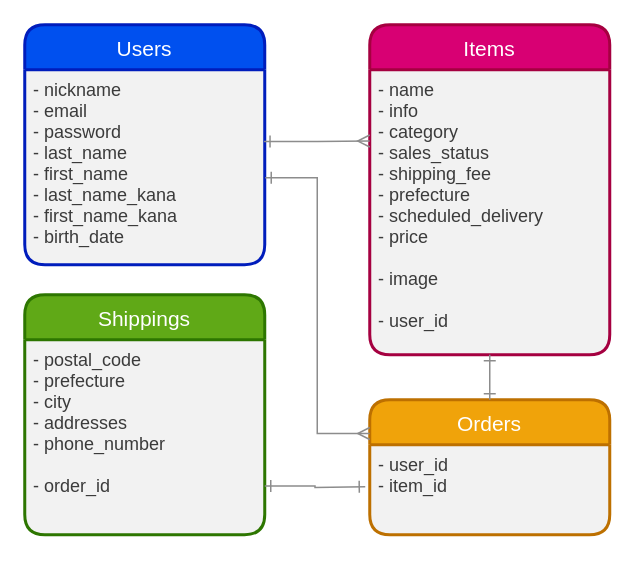
The draw.io diagram furima.dio in turtlekazu/furima-34437, before the edit. Source tidied: cells renumbered, new cells numbered last; positions are measured from the earlier drawing's top-left corner, leaving out a move shared by most shapes. Both pictures are drawn from the tidied source at 150%, with x=0, y=0 at pixel (24, 24).
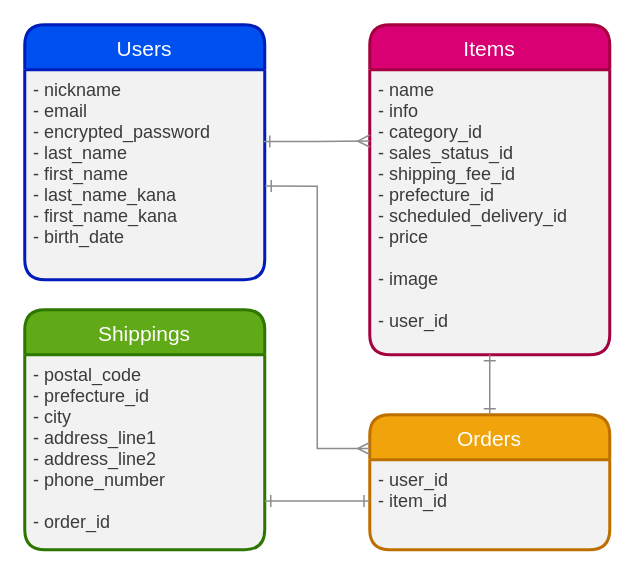
After the change.

Commit message:
Update ER diagram (change columns name)

What changed in the source:
```diff
@@
 <mxGraphModel>
   <root>
     <mxCell id="0" />
     <mxCell id="1" parent="0" />
     <mxCell id="2" value="Users" style="swimlane;horizontal=1;startSize=30;rounded=1;fontSize=14;fontStyle=0;strokeWidth=2;shadow=0;dashed=0;align=center;fillColor=#0050ef;strokeColor=#001DBC;fontColor=#ffffff;swimlaneFillColor=#F2F2F2;" parent="1" vertex="1">
-      <mxGeometry width="160" height="160" as="geometry" />
+      <mxGeometry width="160" height="170" as="geometry" />
     </mxCell>
-    <mxCell id="3" value="- nickname&#10;- email&#10;- password&#10;- last_name&#10;- first_name&#10;- last_name_kana&#10;- first_name_kana&#10;- birth_date" style="align=left;strokeColor=none;fillColor=none;spacingLeft=4;fontSize=12;verticalAlign=top;fontColor=#3B3B3B;" parent="2" vertex="1">
-      <mxGeometry y="30" width="160" height="130" as="geometry" />
+    <mxCell id="3" value="- nickname&#10;- email&#10;- encrypted_password&#10;- last_name&#10;- first_name&#10;- last_name_kana&#10;- first_name_kana&#10;- birth_date" style="align=left;strokeColor=none;fillColor=none;spacingLeft=4;fontSize=12;verticalAlign=top;fontColor=#3B3B3B;" parent="2" vertex="1">
+      <mxGeometry y="30" width="160" height="140" as="geometry" />
     </mxCell>
     <mxCell id="4" value="Items" style="swimlane;horizontal=1;startSize=30;rounded=1;fontSize=14;fontStyle=0;strokeWidth=2;shadow=0;dashed=0;align=center;fillColor=#d80073;strokeColor=#A50040;fontColor=#ffffff;swimlaneFillColor=#F2F2F2;" parent="1" vertex="1">
       <mxGeometry x="230" width="160" height="220" as="geometry" />
     </mxCell>
-    <mxCell id="5" value="- name&#10;- info&#10;- category&#10;- sales_status&#10;- shipping_fee&#10;- prefecture&#10;- scheduled_delivery&#10;- price&#10;&#10;- image&#10;&#10;- user_id" style="align=left;strokeColor=none;fillColor=none;spacingLeft=4;fontSize=12;verticalAlign=top;fontColor=#3B3B3B;" parent="4" vertex="1">
+    <mxCell id="5" value="- name&#10;- info&#10;- category_id&#10;- sales_status_id&#10;- shipping_fee_id&#10;- prefecture_id&#10;- scheduled_delivery_id&#10;- price&#10;&#10;- image&#10;&#10;- user_id" style="align=left;strokeColor=none;fillColor=none;spacingLeft=4;fontSize=12;verticalAlign=top;fontColor=#3B3B3B;" parent="4" vertex="1">
       <mxGeometry y="30" width="160" height="190" as="geometry" />
     </mxCell>
     <mxCell id="6" value="Shippings" style="swimlane;horizontal=1;startSize=30;rounded=1;fontSize=14;fontStyle=0;strokeWidth=2;shadow=0;dashed=0;align=center;fillColor=#60a917;strokeColor=#2D7600;fontColor=#ffffff;swimlaneFillColor=#F2F2F2;" parent="1" vertex="1">
-      <mxGeometry y="180" width="160" height="160" as="geometry" />
+      <mxGeometry y="190" width="160" height="160" as="geometry" />
     </mxCell>
-    <mxCell id="7" value="- postal_code&#10;- prefecture&#10;- city&#10;- addresses&#10;- phone_number&#10;&#10;- order_id" style="align=left;strokeColor=none;fillColor=none;spacingLeft=4;fontSize=12;verticalAlign=top;fontColor=#3B3B3B;" parent="6" vertex="1">
+    <mxCell id="7" value="- postal_code&#10;- prefecture_id&#10;- city&#10;- address_line1&#10;- address_line2&#10;- phone_number&#10;&#10;- order_id" style="align=left;strokeColor=none;fillColor=none;spacingLeft=4;fontSize=12;verticalAlign=top;fontColor=#3B3B3B;" parent="6" vertex="1">
       <mxGeometry y="30" width="160" height="130" as="geometry" />
     </mxCell>
-    <mxCell id="8" style="edgeStyle=orthogonalEdgeStyle;rounded=0;jettySize=auto;html=1;entryX=0;entryY=0.25;entryDx=0;entryDy=0;startArrow=ERone;startFill=0;endArrow=ERmany;endFill=0;fontColor=#F0F0F0;strokeColor=#8C8C8C;exitX=0.997;exitY=0.368;exitDx=0;exitDy=0;exitPerimeter=0;" parent="1" edge="1" source="3" target="5">
+    <mxCell id="8" style="edgeStyle=orthogonalEdgeStyle;rounded=0;jettySize=auto;html=1;entryX=0;entryY=0.25;entryDx=0;entryDy=0;startArrow=ERone;startFill=0;endArrow=ERmany;endFill=0;fontColor=#F0F0F0;strokeColor=#8C8C8C;exitX=0.996;exitY=0.342;exitDx=0;exitDy=0;exitPerimeter=0;" parent="1" edge="1" source="3" target="5">
       <mxGeometry relative="1" as="geometry" />
     </mxCell>
     <mxCell id="9" value="Orders" style="swimlane;horizontal=1;startSize=30;rounded=1;fontSize=14;fontStyle=0;strokeWidth=2;shadow=0;dashed=0;align=center;fillColor=#f0a30a;strokeColor=#BD7000;fontColor=#ffffff;swimlaneFillColor=#F2F2F2;" parent="1" vertex="1">
-      <mxGeometry x="230" y="250" width="160" height="90" as="geometry" />
+      <mxGeometry x="230" y="260" width="160" height="90" as="geometry" />
     </mxCell>
     <mxCell id="10" value="- user_id&#10;- item_id" style="align=left;strokeColor=none;fillColor=none;spacingLeft=4;fontSize=12;verticalAlign=top;fontColor=#3B3B3B;" parent="9" vertex="1">
       <mxGeometry y="30" width="160" height="60" as="geometry" />
     </mxCell>
     <mxCell id="11" style="edgeStyle=orthogonalEdgeStyle;rounded=0;jettySize=auto;html=1;exitX=0.5;exitY=1;exitDx=0;exitDy=0;entryX=0.5;entryY=0;entryDx=0;entryDy=0;startArrow=ERone;startFill=0;endArrow=ERone;endFill=0;strokeColor=#8C8C8C;fontColor=#3B3B3B;" parent="1" edge="1" source="5" target="9">
       <mxGeometry relative="1" as="geometry" />
     </mxCell>
-    <mxCell id="12" style="edgeStyle=orthogonalEdgeStyle;rounded=0;jettySize=auto;html=1;entryX=1;entryY=0.75;entryDx=0;entryDy=0;startArrow=ERone;startFill=0;endArrow=ERone;endFill=0;strokeColor=#8C8C8C;fontColor=#3B3B3B;" parent="1" edge="1" target="7">
-      <mxGeometry relative="1" as="geometry">
-        <mxPoint x="227" y="308" as="sourcePoint" />
-      </mxGeometry>
+    <mxCell id="12" style="edgeStyle=orthogonalEdgeStyle;rounded=0;jettySize=auto;html=1;entryX=1;entryY=0.75;entryDx=0;entryDy=0;startArrow=ERone;startFill=0;endArrow=ERone;endFill=0;strokeColor=#8C8C8C;fontColor=#3B3B3B;exitX=0.001;exitY=0.458;exitDx=0;exitDy=0;exitPerimeter=0;" parent="1" edge="1" source="10" target="7">
+      <mxGeometry relative="1" as="geometry" />
     </mxCell>
     <mxCell id="13" style="edgeStyle=orthogonalEdgeStyle;rounded=0;jettySize=auto;html=1;exitX=1.002;exitY=0.554;exitDx=0;exitDy=0;entryX=0;entryY=0.25;entryDx=0;entryDy=0;startArrow=ERone;startFill=0;endArrow=ERmany;endFill=0;strokeColor=#8C8C8C;fontColor=#3B3B3B;exitPerimeter=0;" parent="1" edge="1" source="3" target="9">
       <mxGeometry relative="1" as="geometry" />
     </mxCell>
   </root>
 </mxGraphModel>
```
